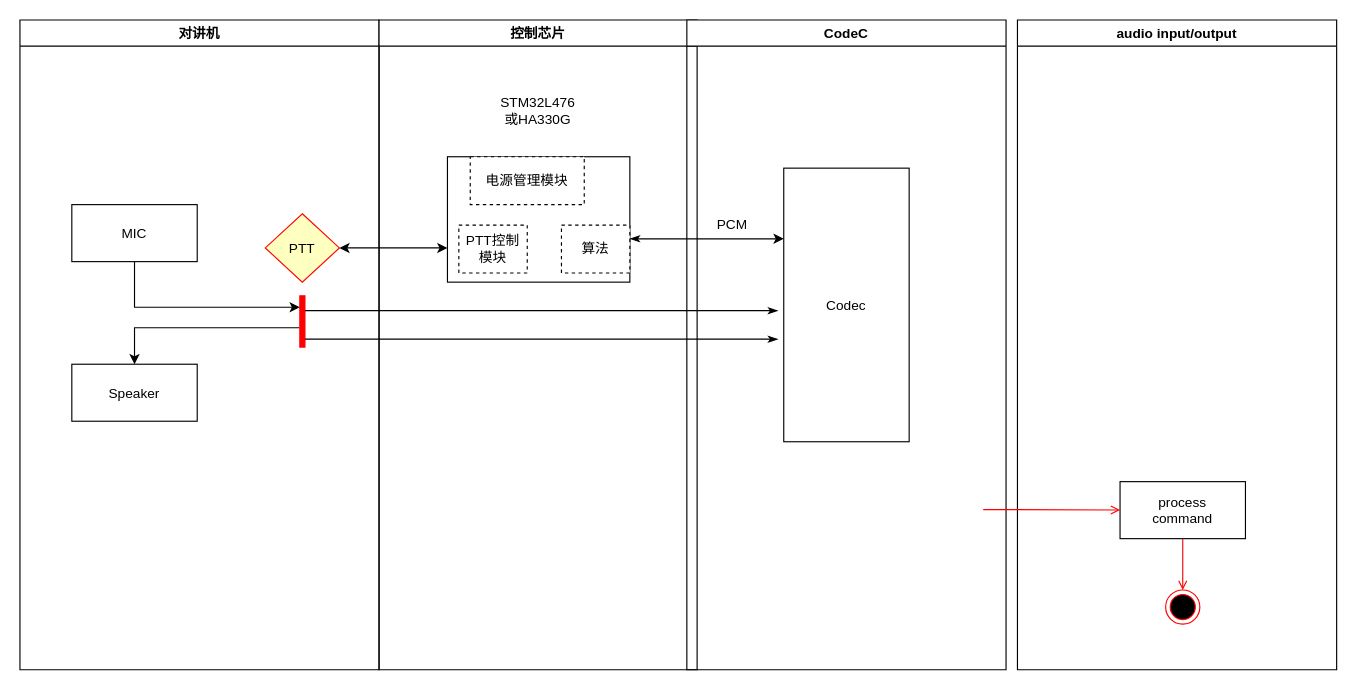
This is Untitled Diagram.drawio from ErnestChen1/FlowChart, a draw.io file, before an edit. Source tidied: cells renumbered, new cells numbered last; positions are measured from the earlier drawing's top-left corner, leaving out a move shared by most shapes. Both pictures are drawn from the tidied source at 114%, with x=0, y=0 at pixel (19, 19).
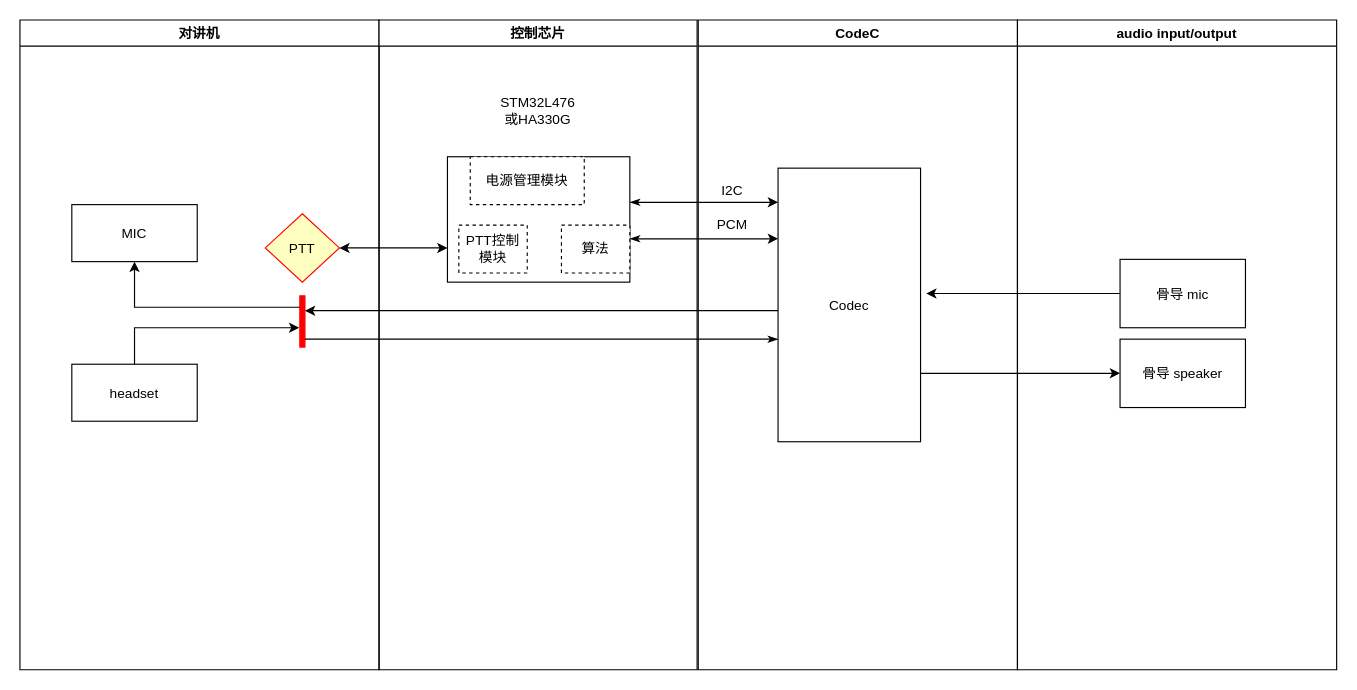
The same diagram, later.

Unchanged cells that the change refers to:
```xml
<mxCell id="3" style="whiteSpace=wrap;strokeColor=#FF0000;fillColor=#FF0000;" parent="2" vertex="1">
  <mxGeometry x="245.5" y="242" width="4.5" height="45" as="geometry" />
</mxCell>
<mxCell id="5" style="group;" parent="2" vertex="1">
  <mxGeometry x="45.5" y="162" width="110" height="190" as="geometry" />
</mxCell>
<mxCell id="6" value="MIC" parent="5" vertex="1">
  <mxGeometry width="110" height="50" as="geometry" />
</mxCell>
<mxCell id="18" value="audio input/output" style="swimlane;whiteSpace=wrap;" parent="1" vertex="1">
  <mxGeometry x="875" width="280" height="570" as="geometry" />
</mxCell>
```

The edit, as a diff of the source:
```diff
@@
-    <mxCell id="7" value="Speaker" parent="5" vertex="1">
+    <mxCell id="7" value="headset" parent="5" vertex="1">
       <mxGeometry y="140" width="110" height="50" as="geometry" />
     </mxCell>
-    <mxCell id="8" style="edgeStyle=orthogonalEdgeStyle;rounded=0;jumpSize=0;jettySize=auto;html=1;" parent="5" edge="1" source="6">
+    <mxCell id="8" style="edgeStyle=orthogonalEdgeStyle;rounded=0;jumpSize=0;jettySize=auto;html=1;startArrow=classic;startFill=1;endArrow=none;endFill=0;" parent="5" edge="1" source="6">
       <mxGeometry relative="1" as="geometry">
         <mxPoint x="200" y="90" as="targetPoint" />
         <Array as="points">
           <mxPoint x="55.5" y="90" />
         </Array>
       </mxGeometry>
     </mxCell>
@@
     <mxCell id="15" value="CodeC" style="swimlane;whiteSpace=wrap;" parent="1" vertex="1">
-      <mxGeometry x="585" width="280" height="570" as="geometry" />
+      <mxGeometry x="595" width="280" height="570" as="geometry" />
     </mxCell>
     <mxCell id="16" value="Codec" parent="15" vertex="1">
-      <mxGeometry x="85" y="130" width="110" height="240" as="geometry" />
+      <mxGeometry x="70" y="130" width="125" height="240" as="geometry" />
     </mxCell>
-    <mxCell id="17" value="PCM" style="text;html=1;strokeColor=none;fillColor=none;align=center;verticalAlign=middle;whiteSpace=wrap;rounded=0;dashed=1;" parent="15" vertex="1">
-      <mxGeometry x="20" y="170" width="40" height="20" as="geometry" />
+    <mxCell id="17" value="I2C" style="text;html=1;strokeColor=none;fillColor=none;align=center;verticalAlign=middle;whiteSpace=wrap;rounded=0;dashed=1;" parent="15" vertex="1">
+      <mxGeometry x="10" y="140" width="40" height="20" as="geometry" />
     </mxCell>
+    <mxCell id="28" value="PCM" style="text;html=1;strokeColor=none;fillColor=none;align=center;verticalAlign=middle;whiteSpace=wrap;rounded=0;dashed=1;" parent="15" vertex="1">
+      <mxGeometry x="10" y="170" width="40" height="20" as="geometry" />
+    </mxCell>
@@
-    <mxCell id="19" value="process&#10;command" parent="18" vertex="1">
-      <mxGeometry x="90" y="405" width="110" height="50" as="geometry" />
+    <mxCell id="19" value="骨导 mic" parent="18" vertex="1">
+      <mxGeometry x="90" y="210" width="110" height="60" as="geometry" />
     </mxCell>
-    <mxCell id="20" style="edgeStyle=none;strokeColor=#FF0000;endArrow=open;endFill=1;rounded=0;" parent="18" edge="1" target="19">
-      <mxGeometry relative="1" as="geometry">
-        <mxPoint x="-30" y="429.5" as="sourcePoint" />
-      </mxGeometry>
-    </mxCell>
-    <mxCell id="21" style="ellipse;shape=endState;fillColor=#000000;strokeColor=#ff0000;" parent="18" vertex="1">
-      <mxGeometry x="130" y="500" width="30" height="30" as="geometry" />
-    </mxCell>
-    <mxCell id="22" style="endArrow=open;strokeColor=#FF0000;endFill=1;rounded=0;" parent="18" edge="1" source="19" target="21">
-      <mxGeometry relative="1" as="geometry" />
-    </mxCell>
+    <mxCell id="29" value="骨导 speaker" parent="18" vertex="1">
+      <mxGeometry x="90" y="280" width="110" height="60" as="geometry" />
+    </mxCell>
-    <mxCell id="23" style="edgeStyle=orthogonalEdgeStyle;rounded=0;jumpSize=0;jettySize=auto;html=1;startArrow=classic;startFill=1;endArrow=none;endFill=0;" parent="1" edge="1" source="7">
+    <mxCell id="23" style="edgeStyle=orthogonalEdgeStyle;rounded=0;jumpSize=0;jettySize=auto;html=1;startArrow=none;startFill=0;endArrow=classic;endFill=1;" parent="1" edge="1" source="7">
       <mxGeometry relative="1" as="geometry">
         <mxPoint x="245" y="270" as="targetPoint" />
         <Array as="points">
           <mxPoint x="101" y="270" />
           <mxPoint x="245" y="270" />
         </Array>
       </mxGeometry>
     </mxCell>
-    <mxCell id="24" style="edgeStyle=orthogonalEdgeStyle;rounded=0;jumpSize=0;jettySize=auto;html=1;startArrow=none;startFill=0;endArrow=classicThin;endFill=1;" parent="1" edge="1" source="3">
+    <mxCell id="24" style="edgeStyle=orthogonalEdgeStyle;rounded=0;jumpSize=0;jettySize=auto;html=1;startArrow=classic;startFill=1;endArrow=none;endFill=0;" parent="1" edge="1" source="3">
       <mxGeometry relative="1" as="geometry">
         <mxPoint x="665" y="255" as="targetPoint" />
         <Array as="points">
           <mxPoint x="305" y="255" />
           <mxPoint x="305" y="255" />
         </Array>
       </mxGeometry>
     </mxCell>
@@
+    <mxCell id="30" style="edgeStyle=orthogonalEdgeStyle;rounded=0;jumpSize=0;jettySize=auto;html=1;startArrow=classic;startFill=1;endArrow=classicThin;endFill=1;" parent="1" edge="1" source="16">
+      <mxGeometry relative="1" as="geometry">
+        <mxPoint x="535" y="160" as="targetPoint" />
+        <Array as="points">
+          <mxPoint x="535" y="160" />
+        </Array>
+      </mxGeometry>
+    </mxCell>
+    <mxCell id="31" style="edgeStyle=orthogonalEdgeStyle;rounded=0;jumpSize=0;jettySize=auto;html=1;startArrow=none;startFill=0;endArrow=classic;endFill=1;" parent="1" edge="1" source="19">
+      <mxGeometry relative="1" as="geometry">
+        <mxPoint x="795" y="240" as="targetPoint" />
+      </mxGeometry>
+    </mxCell>
+    <mxCell id="32" style="edgeStyle=orthogonalEdgeStyle;rounded=0;jumpSize=0;jettySize=auto;html=1;startArrow=none;startFill=0;endArrow=classic;endFill=1;entryX=0;entryY=0.5;entryDx=0;entryDy=0;" parent="1" edge="1" source="16" target="29">
+      <mxGeometry relative="1" as="geometry">
+        <Array as="points">
+          <mxPoint x="935" y="310" />
+        </Array>
+      </mxGeometry>
+    </mxCell>
```
